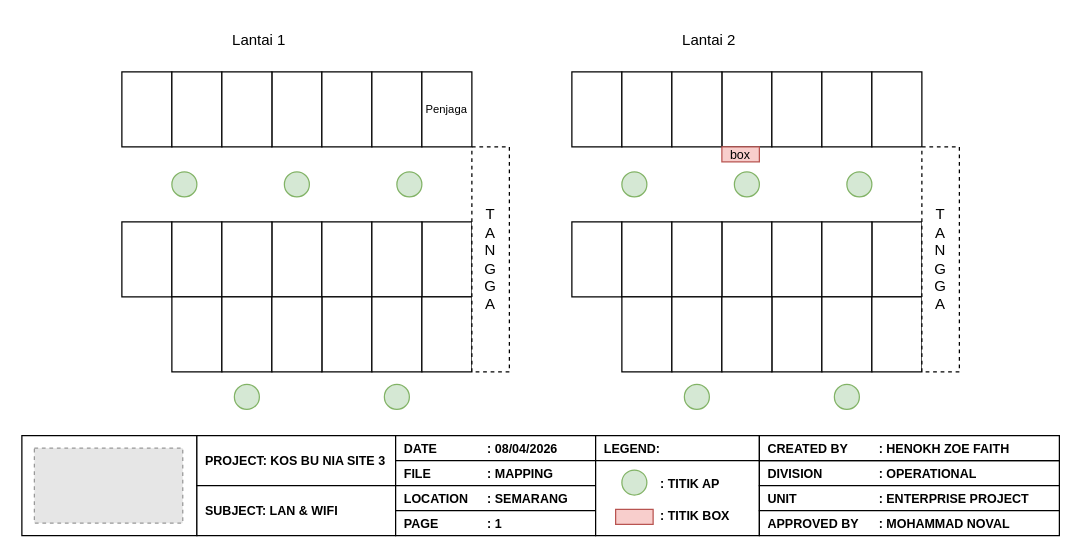
Earlier version of the draw.io diagram page "Denah Site 3" (3 of 4) of Mapping & Topologi Kos Bu Nia.drawio (hnkzf/topologi-site). Source tidied: cells renumbered, new cells numbered last; positions are measured from the earlier drawing's top-left corner, leaving out a move shared by most shapes. Both pictures are drawn from the tidied source at 125%, with x=0, y=0 at pixel (21, 21). Pictures stored in the file or linked from it are replaced by grey dashed boxes.
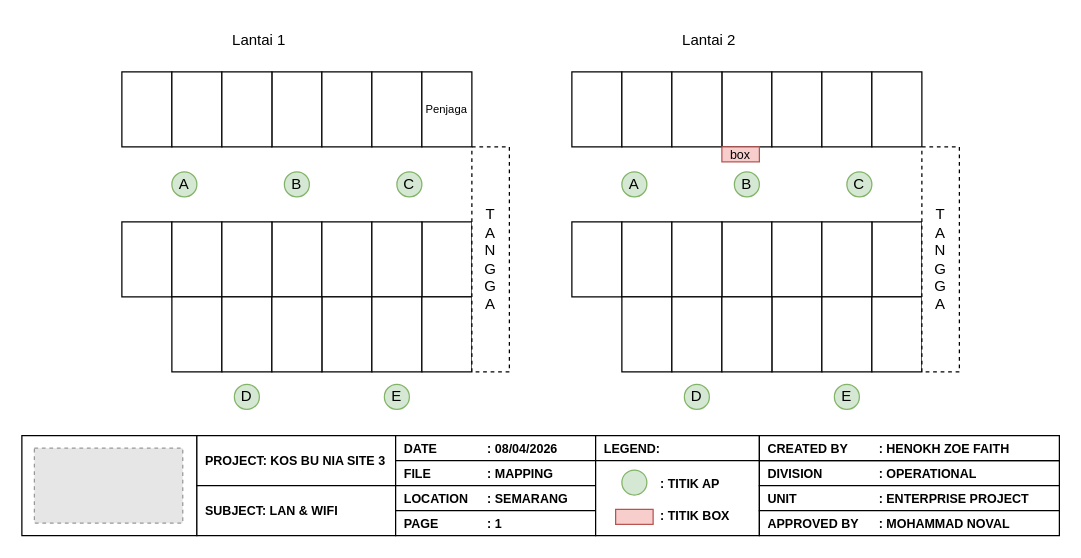
Above is the later version.

Change to the diagram source:
```diff
@@
-    <mxCell id="61" style="ellipse;whiteSpace=wrap;html=1;fillColor=#d5e8d4;strokeColor=#82b366;" parent="1" vertex="1">
+    <mxCell id="61" value="A" style="ellipse;whiteSpace=wrap;html=1;fillColor=#d5e8d4;strokeColor=#82b366;" parent="1" vertex="1">
       <mxGeometry x="120" y="120" width="20" height="20" as="geometry" />
     </mxCell>
-    <mxCell id="62" style="ellipse;whiteSpace=wrap;html=1;fillColor=#d5e8d4;strokeColor=#82b366;" parent="1" vertex="1">
+    <mxCell id="62" value="C" style="ellipse;whiteSpace=wrap;html=1;fillColor=#d5e8d4;strokeColor=#82b366;" parent="1" vertex="1">
       <mxGeometry x="300" y="120" width="20" height="20" as="geometry" />
     </mxCell>
-    <mxCell id="63" style="ellipse;whiteSpace=wrap;html=1;fillColor=#d5e8d4;strokeColor=#82b366;" parent="1" vertex="1">
+    <mxCell id="63" value="D" style="ellipse;whiteSpace=wrap;html=1;fillColor=#d5e8d4;strokeColor=#82b366;" parent="1" vertex="1">
       <mxGeometry x="170" y="290" width="20" height="20" as="geometry" />
     </mxCell>
-    <mxCell id="64" style="ellipse;whiteSpace=wrap;html=1;fillColor=#d5e8d4;strokeColor=#82b366;" parent="1" vertex="1">
+    <mxCell id="64" value="E" style="ellipse;whiteSpace=wrap;html=1;fillColor=#d5e8d4;strokeColor=#82b366;" parent="1" vertex="1">
       <mxGeometry x="290" y="290" width="20" height="20" as="geometry" />
     </mxCell>
-    <mxCell id="65" style="ellipse;whiteSpace=wrap;html=1;fillColor=#d5e8d4;strokeColor=#82b366;" parent="1" vertex="1">
+    <mxCell id="65" value="B" style="ellipse;whiteSpace=wrap;html=1;fillColor=#d5e8d4;strokeColor=#82b366;" parent="1" vertex="1">
       <mxGeometry x="210" y="120" width="20" height="20" as="geometry" />
     </mxCell>
-    <mxCell id="66" style="ellipse;whiteSpace=wrap;html=1;fillColor=#d5e8d4;strokeColor=#82b366;" parent="1" vertex="1">
-      <mxGeometry x="480" y="120" width="20" height="20" as="geometry" />
-    </mxCell>
-    <mxCell id="67" style="ellipse;whiteSpace=wrap;html=1;fillColor=#d5e8d4;strokeColor=#82b366;" parent="1" vertex="1">
-      <mxGeometry x="660" y="120" width="20" height="20" as="geometry" />
-    </mxCell>
-    <mxCell id="68" style="ellipse;whiteSpace=wrap;html=1;fillColor=#d5e8d4;strokeColor=#82b366;" parent="1" vertex="1">
-      <mxGeometry x="570" y="120" width="20" height="20" as="geometry" />
-    </mxCell>
-    <mxCell id="69" style="ellipse;whiteSpace=wrap;html=1;fillColor=#d5e8d4;strokeColor=#82b366;" parent="1" vertex="1">
-      <mxGeometry x="530" y="290" width="20" height="20" as="geometry" />
-    </mxCell>
-    <mxCell id="70" style="ellipse;whiteSpace=wrap;html=1;fillColor=#d5e8d4;strokeColor=#82b366;" parent="1" vertex="1">
-      <mxGeometry x="650" y="290" width="20" height="20" as="geometry" />
-    </mxCell>
@@
+    <mxCell id="75" value="A" style="ellipse;whiteSpace=wrap;html=1;fillColor=#d5e8d4;strokeColor=#82b366;" parent="1" vertex="1">
+      <mxGeometry x="480" y="120" width="20" height="20" as="geometry" />
+    </mxCell>
+    <mxCell id="76" value="C" style="ellipse;whiteSpace=wrap;html=1;fillColor=#d5e8d4;strokeColor=#82b366;" parent="1" vertex="1">
+      <mxGeometry x="660" y="120" width="20" height="20" as="geometry" />
+    </mxCell>
+    <mxCell id="77" value="B" style="ellipse;whiteSpace=wrap;html=1;fillColor=#d5e8d4;strokeColor=#82b366;" parent="1" vertex="1">
+      <mxGeometry x="570" y="120" width="20" height="20" as="geometry" />
+    </mxCell>
+    <mxCell id="78" value="D" style="ellipse;whiteSpace=wrap;html=1;fillColor=#d5e8d4;strokeColor=#82b366;" parent="1" vertex="1">
+      <mxGeometry x="530" y="290" width="20" height="20" as="geometry" />
+    </mxCell>
+    <mxCell id="79" value="E" style="ellipse;whiteSpace=wrap;html=1;fillColor=#d5e8d4;strokeColor=#82b366;" parent="1" vertex="1">
+      <mxGeometry x="650" y="290" width="20" height="20" as="geometry" />
+    </mxCell>
```
